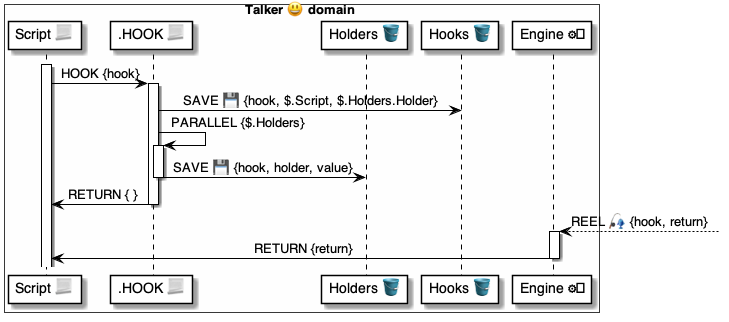
This is 4 ⚙️ Solution/35 💬 Chats/Scripts 📃/📃 control ▶️/HOOK 🪝/🪝 HOOK ⚙️ uml.png from pollyweb-org/pollyweb-docs, a PlantUML export, as it was before one commit. Its source is kept beside it as 4 ⚙️ Solution/35 💬 Chats/Scripts 📃/📃 control ▶️/HOOK 🪝/🪝 HOOK ⚙️ uml.puml. The source it was exported from:
```plantuml
@startuml Hook

box Talker 😃 domain #FFFFFA
    participant "Script 📃" as script
    participant ".HOOK 📃" as hook
    participant "Holders 🪣" as holders
    participant "Hooks 🪣" as hooks
    participant "Engine ⚙️" as engine
end box



activate script
    script -> hook: HOOK {hook}

    activate hook
        hook -> hooks: SAVE 💾 {hook, $.Script, $.Holders.Holder}

        hook -> hook: PARALLEL {$.Holders}
        activate hook
            hook -> holders: SAVE 💾 {hook, holder, value}
        deactivate hook

        hook -> script: RETURN { }
    deactivate hook

    engine <--  : REEL 🎣 {hook, return}
    activate engine
        script <- engine : RETURN {return}
    deactivate engine

@enduml
```
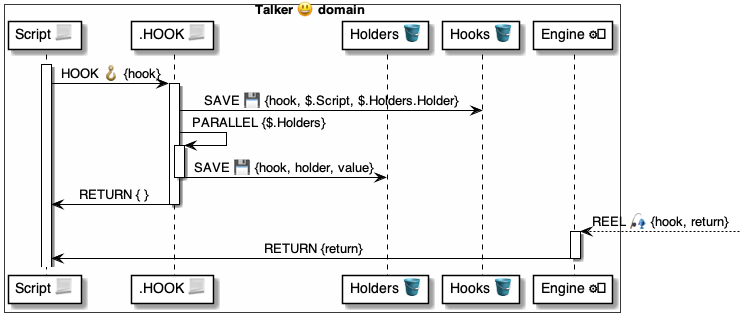
After the commit.

Change to the diagram source:
```diff
@@ -11,7 +11,7 @@
 
 
 activate script
-    script -> hook: HOOK {hook}
+    script -> hook: HOOK 🪝 {hook}
 
     activate hook
         hook -> hooks: SAVE 💾 {hook, $.Script, $.Holders.Holder}
```
